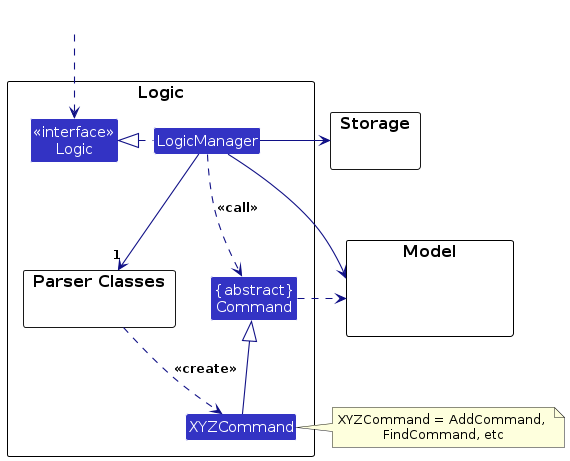
Before: diagrams/LogicClassDiagram.png, a diagram exported from PlantUML (AY2324S2-CS2103T-W12-3/tp). Its source is kept beside it as diagrams/LogicClassDiagram.puml.
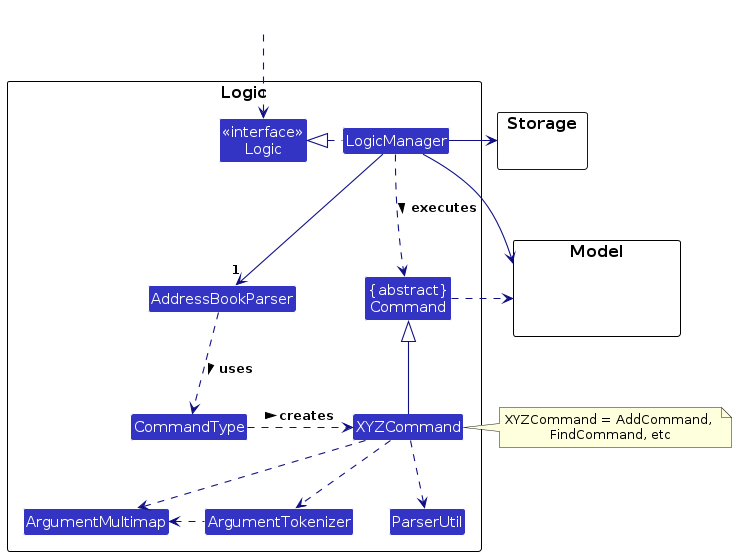
The same diagram one commit later.

Diff of the diagram source:
```diff
@@ -6,14 +6,19 @@
 
 package Logic as LogicPackage {
 
-package "Parser Classes" as ParserClasses {
-}
+Class AddressBookParser
+
+Class CommandType
 Class XYZCommand
 Class "{abstract}\nCommand" as Command
 
 
 Class "<<interface>>\nLogic" as Logic
 Class LogicManager
+
+Class ArgumentMultimap
+Class ArgumentTokenizer
+Class ParserUtil
 }
 
 package Model {
@@ -27,17 +32,23 @@
 HiddenOutside ..> Logic
 
 LogicManager .left.|> Logic
-LogicManager -->"1" ParserClasses
-ParserClasses ..> XYZCommand : <<create>>
+LogicManager -->"1" AddressBookParser
+
+AddressBookParser ..> CommandType : uses >
+
+CommandType .right.> XYZCommand : creates >
 
 XYZCommand -up-|> Command
-LogicManager ..> Command : <<call>>
+LogicManager ..> Command : executes >
 
 LogicManager --> Model
-LogicManager --> Storage
-Storage --[hidden] Model
-Command .[hidden]up.> Storage
+LogicManager -right-> Storage
+
 Command .right.> Model
 note right of XYZCommand: XYZCommand = AddCommand, \nFindCommand, etc
 
+XYZCommand ..> ArgumentMultimap
+XYZCommand ..> ArgumentTokenizer
+XYZCommand ..> ParserUtil
+ArgumentTokenizer .left.> ArgumentMultimap
 @enduml
```
